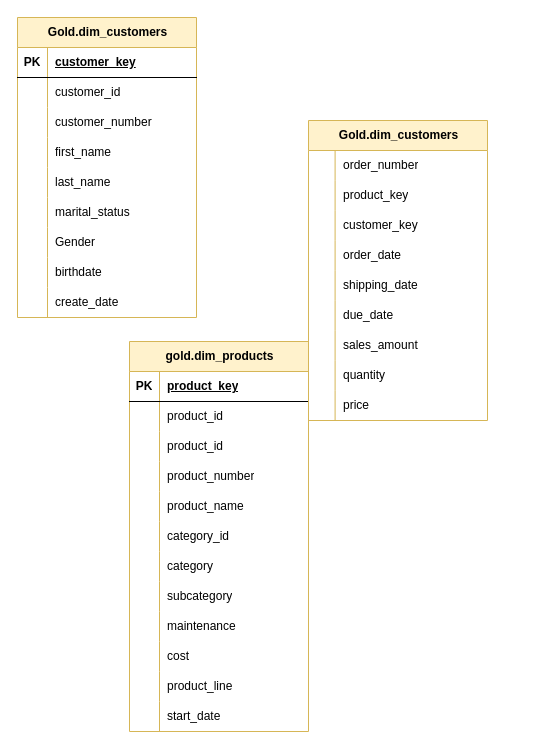
Before: data_model.drawio in Rizkyhnkw/data-warehouse, a draw.io diagram. Source tidied: cells renumbered, new cells numbered last; positions are measured from the earlier drawing's top-left corner, leaving out a move shared by most shapes. Both pictures are drawn from the tidied source at 100%, with x=0, y=0 at pixel (17, 17).
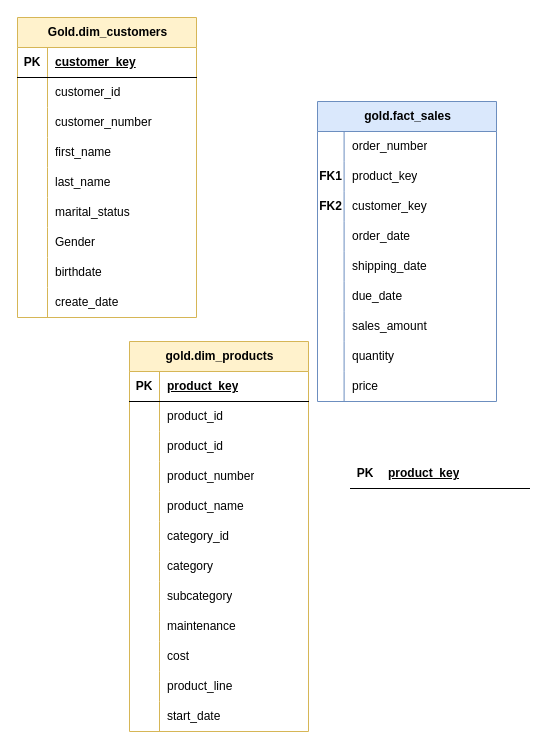
The same page after the edit.

Unchanged cells that the change refers to:
```xml
<mxCell id="71" style="shape=tableRow;horizontal=0;startSize=0;swimlaneHead=0;swimlaneBody=0;fillColor=none;top=0;left=0;right=0;bottom=0;" parent="67" vertex="1">
  <mxGeometry y="60" width="179" height="30" as="geometry" />
</mxCell>
<mxCell id="74" style="shape=tableRow;horizontal=0;startSize=0;swimlaneHead=0;swimlaneBody=0;fillColor=none;top=0;left=0;right=0;bottom=0;" parent="67" vertex="1">
  <mxGeometry y="90" width="179" height="30" as="geometry" />
</mxCell>
```

The edit, as a diff of the source:
```diff
@@
+    <mxCell id="95" style="shape=tableRow;horizontal=0;startSize=0;swimlaneHead=0;swimlaneBody=0;fillColor=none;top=0;left=0;right=0;bottom=1;" parent="1" vertex="1">
+      <mxGeometry x="333" y="441" width="179" height="30" as="geometry" />
+    </mxCell>
+    <mxCell id="96" value="PK" style="shape=partialRectangle;fillColor=none;top=0;left=0;bottom=0;right=0;fontStyle=1;overflow=hidden;whiteSpace=wrap;html=1;" parent="95" vertex="1">
+      <mxGeometry width="30" height="30" as="geometry" />
+    </mxCell>
+    <mxCell id="97" value="product_key" style="shape=partialRectangle;fillColor=none;top=0;left=0;bottom=0;right=0;align=left;spacingLeft=6;fontStyle=5;overflow=hidden;whiteSpace=wrap;html=1;" parent="95" vertex="1">
+      <mxGeometry x="30" width="149" height="30" as="geometry" />
+    </mxCell>
-    <mxCell id="67" value="Gold.dim_customers" style="shape=table;startSize=30;childLayout=tableLayout;rowLines=0;fontStyle=1;align=center;html=1;fillColor=#fff2cc;strokeColor=#d6b656;" parent="1" vertex="1">
-      <mxGeometry x="291" y="103" width="179" height="300" as="geometry" />
+    <mxCell id="67" value="gold.fact_sales" style="shape=table;startSize=30;childLayout=tableLayout;rowLines=0;fontStyle=1;align=center;html=1;fillColor=#dae8fc;strokeColor=#6c8ebf;" parent="1" vertex="1">
+      <mxGeometry x="300" y="84" width="179" height="300" as="geometry" />
     </mxCell>
@@
-    <mxCell id="72" style="shape=partialRectangle;fillColor=none;top=0;left=0;bottom=0;right=0;overflow=hidden;whiteSpace=wrap;html=1;" parent="71" vertex="1">
+    <mxCell id="72" value="&lt;b&gt;FK1&lt;/b&gt;" style="shape=partialRectangle;fillColor=none;top=0;left=0;bottom=0;right=0;overflow=hidden;whiteSpace=wrap;html=1;" parent="71" vertex="1">
       <mxGeometry width="26.6" height="30" as="geometry" />
     </mxCell>
@@
-    <mxCell id="75" style="shape=partialRectangle;fillColor=none;top=0;left=0;bottom=0;right=0;overflow=hidden;whiteSpace=wrap;html=1;" parent="74" vertex="1">
+    <mxCell id="75" value="&lt;b&gt;FK2&lt;/b&gt;" style="shape=partialRectangle;fillColor=none;top=0;left=0;bottom=0;right=0;overflow=hidden;whiteSpace=wrap;html=1;" parent="74" vertex="1">
       <mxGeometry width="26.6" height="30" as="geometry" />
     </mxCell>
```
